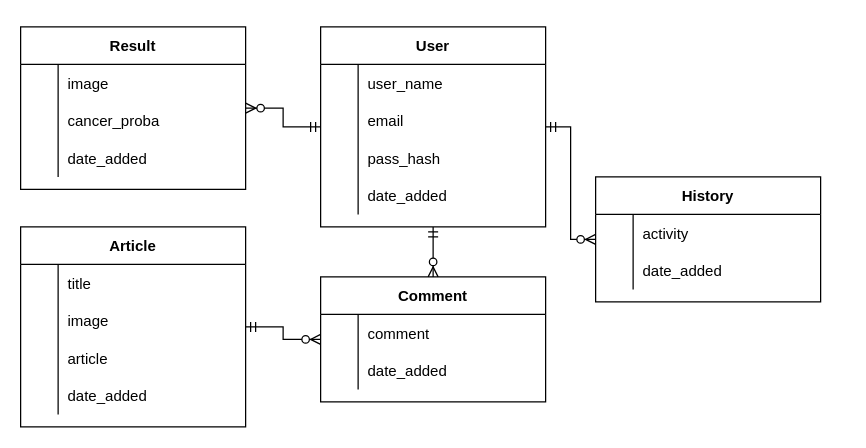
This is page "ERD" (1 of 2) of Project Diagrams/Project Diagrams.drawio from Blue-Birman/Bangkit-Capstone-Project-B21-CAP0005, a draw.io file, before an edit. Source tidied: cells renumbered, new cells numbered last; positions are measured from the earlier drawing's top-left corner, leaving out a move shared by most shapes. Both pictures are drawn from the tidied source at 125%, with x=0, y=0 at pixel (20, 26).
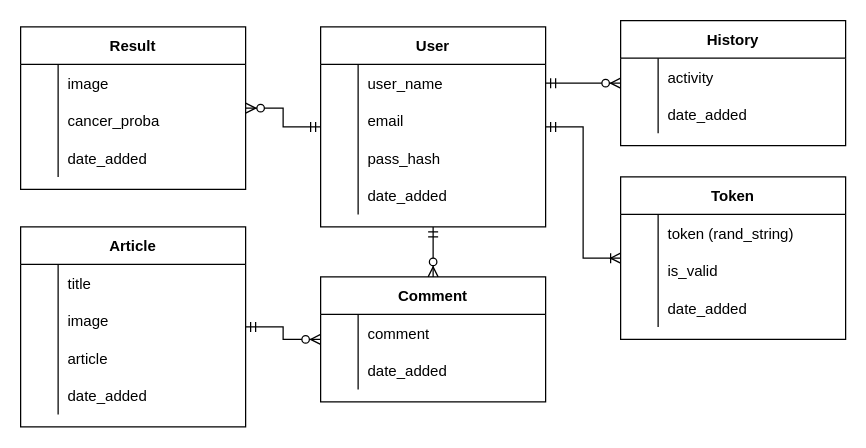
The same diagram, later.

The change refers to these unchanged cells:
```xml
<mxCell id="5" value="User" style="shape=table;startSize=30;childLayout=tableLayout;rowLines=0;fontStyle=1;align=center;" parent="1" vertex="1">
  <mxGeometry x="240" width="180" height="160" as="geometry" />
</mxCell>
<mxCell id="6" style="shape=partialRectangle;fillColor=none;top=0;left=0;bottom=0;right=0;points=[[0,0.5],[1,0.5]];portConstraint=eastwest;" parent="5" vertex="1">
  <mxGeometry y="30" width="180" height="30" as="geometry" />
</mxCell>
```

Change to the diagram source:
```diff
@@
-    <mxCell id="4" style="edgeStyle=orthogonalEdgeStyle;rounded=0;jettySize=auto;html=1;startArrow=ERmandOne;startFill=0;endArrow=ERzeroToMany;endFill=1;" parent="1" edge="1" source="5" target="28">
-      <mxGeometry relative="1" as="geometry" />
-    </mxCell>
@@
+    <mxCell id="56" style="edgeStyle=orthogonalEdgeStyle;rounded=0;jettySize=auto;html=1;startArrow=ERzeroToMany;startFill=1;endArrow=ERmandOne;endFill=0;" parent="1" edge="1" source="28" target="6">
+      <mxGeometry relative="1" as="geometry" />
+    </mxCell>
     <mxCell id="28" value="History" style="shape=table;startSize=30;childLayout=tableLayout;rowLines=0;fontStyle=1;align=center;" parent="1" vertex="1">
-      <mxGeometry x="460" y="120" width="180" height="100" as="geometry" />
+      <mxGeometry x="480" y="-5" width="180" height="100" as="geometry" />
     </mxCell>
@@
+    <mxCell id="57" style="edgeStyle=orthogonalEdgeStyle;rounded=0;jettySize=auto;html=1;startArrow=ERoneToMany;startFill=0;endArrow=ERmandOne;endFill=0;" parent="1" edge="1" source="58" target="5">
+      <mxGeometry relative="1" as="geometry" />
+    </mxCell>
+    <mxCell id="58" value="Token" style="shape=table;startSize=30;childLayout=tableLayout;rowLines=0;fontStyle=1;align=center;" parent="1" vertex="1">
+      <mxGeometry x="480" y="120" width="180" height="130" as="geometry" />
+    </mxCell>
+    <mxCell id="59" style="shape=partialRectangle;fillColor=none;top=0;left=0;bottom=0;right=0;" parent="58" vertex="1">
+      <mxGeometry y="30" width="180" height="30" as="geometry" />
+    </mxCell>
+    <mxCell id="60" style="shape=partialRectangle;fillColor=none;top=0;left=0;bottom=0;right=0;overflow=hidden;" parent="59" vertex="1">
+      <mxGeometry width="30" height="30" as="geometry" />
+    </mxCell>
+    <mxCell id="61" value="token (rand_string)" style="shape=partialRectangle;fillColor=none;top=0;left=0;bottom=0;right=0;align=left;spacingLeft=6;overflow=hidden;" parent="59" vertex="1">
+      <mxGeometry x="30" width="150" height="30" as="geometry" />
+    </mxCell>
+    <mxCell id="62" style="shape=partialRectangle;fillColor=none;top=0;left=0;bottom=0;right=0;" parent="58" vertex="1">
+      <mxGeometry y="60" width="180" height="30" as="geometry" />
+    </mxCell>
+    <mxCell id="63" style="shape=partialRectangle;fillColor=none;top=0;left=0;bottom=0;right=0;overflow=hidden;" parent="62" vertex="1">
+      <mxGeometry width="30" height="30" as="geometry" />
+    </mxCell>
+    <mxCell id="64" value="is_valid" style="shape=partialRectangle;fillColor=none;top=0;left=0;bottom=0;right=0;align=left;spacingLeft=6;overflow=hidden;" parent="62" vertex="1">
+      <mxGeometry x="30" width="150" height="30" as="geometry" />
+    </mxCell>
+    <mxCell id="65" style="shape=partialRectangle;fillColor=none;top=0;left=0;bottom=0;right=0;" parent="58" vertex="1">
+      <mxGeometry y="90" width="180" height="30" as="geometry" />
+    </mxCell>
+    <mxCell id="66" style="shape=partialRectangle;fillColor=none;top=0;left=0;bottom=0;right=0;overflow=hidden;" parent="65" vertex="1">
+      <mxGeometry width="30" height="30" as="geometry" />
+    </mxCell>
+    <mxCell id="67" value="date_added" style="shape=partialRectangle;fillColor=none;top=0;left=0;bottom=0;right=0;align=left;spacingLeft=6;overflow=hidden;" parent="65" vertex="1">
+      <mxGeometry x="30" width="150" height="30" as="geometry" />
+    </mxCell>
```
